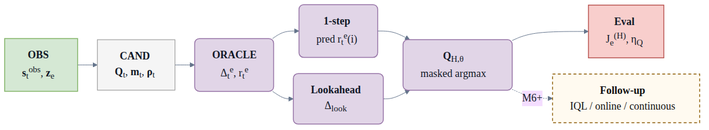
JanDuchscherer104/ARIA-NBV keeps this Mermaid diagram as docs/typst/thesis/figures/proposal_system_flow.png. Above is the earlier version. Its source is kept beside it as docs/typst/thesis/figures/proposal_system_flow.mmd.
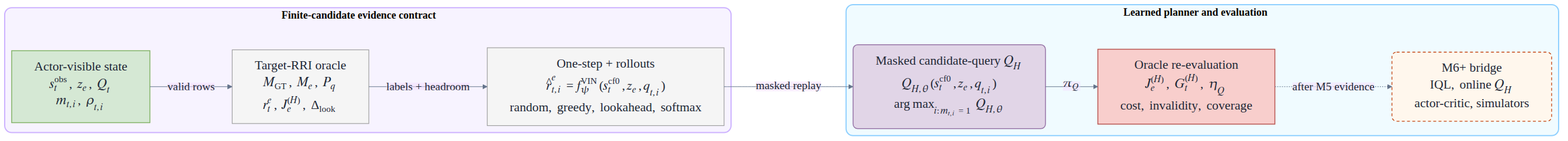
Above is the later version.

The edit, as a diff of the source:
```diff
@@ -1,21 +1,56 @@
-%%{init: {"theme": "base", "flowchart": {"htmlLabels": true, "nodeSpacing": 28, "rankSpacing": 34, "curve": "basis"}, "themeVariables": {"background": "#ffffff", "fontFamily": "Inter, DejaVu Sans, Arial, sans-serif", "fontSize": "18px", "primaryTextColor": "#111827", "lineColor": "#64748b"}}}%%
+---
+config:
+  theme: base
+  htmlLabels: true
+  flowchart:
+    htmlLabels: true
+    nodeSpacing: 20
+    rankSpacing: 32
+    curve: basis
+  layout: elk
+  themeVariables:
+    background: "#ffffff"
+    fontFamily: "Inter, DejaVu Sans, Arial, sans-serif"
+    fontSize: "18px"
+    primaryTextColor: "#1f2937"
+    lineColor: "#64748b"
+  themeCSS: |
+    .nodeLabel { font-size: 18px; }
+    .edgeLabel { font-size: 16px; }
+    .cluster-label { font-size: 18px; font-weight: 700; }
+---
 flowchart LR
-  A["<b>OBS</b><br/><b>s</b><sub>t</sub><sup>obs</sup>, <b>z</b><sub>e</sub>"] --> B["<b>CAND</b><br/><b>Q</b><sub>t</sub>, <b>m</b><sub>t</sub>, <b>&rho;</b><sub>t</sub>"]
-  B --> C["<b>ORACLE</b><br/>&Delta;<sub>t</sub><sup>e</sup>, r<sub>t</sub><sup>e</sup>"]
-  C --> D["<b>1-step</b><br/>pred r<sub>t</sub><sup>e</sup>(i)"]
-  C --> E["<b>Lookahead</b><br/>&Delta;<sub>look</sub>"]
-  D --> F["<b>Q</b><sub>H,&theta;</sub><br/>masked argmax"]
-  E --> F
-  F --> G["<b>Eval</b><br/>J<sub>e</sub><sup>(H)</sup>, &eta;<sub>Q</sub>"]
-  F -. "M6+" .-> H["<b>Follow-up</b><br/>IQL / online / continuous"]
+  subgraph EvidenceTop["Finite-candidate evidence contract"]
+    direction LR
+    Input["$$\begin{array}{c}\textbf{Actor-visible state}\\\\ \boldsymbol{s}_{t}^{\mathrm{obs}},\ \mathbf{z}_{e},\ Q_t\\\\ m_{t,i},\ \rho_{t,i}\end{array}$$"]
+    Oracle["$$\begin{array}{c}\textbf{Target-RRI oracle}\\\\ M_{\mathrm{GT}},\ M_e,\ \boldsymbol{\mathcal{P}}_{q}\\\\ r_t^e,\ J_e^{(H)},\ \Delta_{\mathrm{look}}\end{array}$$"]
+    Replay["$$\begin{array}{c}\textbf{One-step + rollouts}\\\\ \hat r_{t,i}^{e}=f_{\psi}^{\mathrm{VIN}}(\boldsymbol{s}_{t}^{\mathrm{cf0}},\mathbf{z}_{e},q_{t,i})\\\\ \texttt{random},\ \texttt{greedy},\ \texttt{lookahead},\ \texttt{softmax}\end{array}$$"]
+  end
+
+  subgraph EvidenceBottom["Learned planner and evaluation"]
+    direction LR
+    QH["$$\begin{array}{c}\textbf{Masked candidate-query }Q_H\\\\ Q_{H,\theta}(\boldsymbol{s}_{t}^{\mathrm{cf0}},\mathbf{z}_{e},q_{t,i})\\\\ \operatorname*{arg\,max}_{i:m_{t,i}=1}\ Q_{H,\theta}\end{array}$$"]
+    Eval["$$\begin{array}{c}\textbf{Oracle re-evaluation}\\\\ J_e^{(H)},\ G_t^{(H)},\ \eta_Q\\\\ \mathrm{cost},\ \mathrm{invalidity},\ \mathrm{coverage}\end{array}$$"]
+    Bridge["$$\begin{array}{c}\textbf{M6+ bridge}\\\\ \texttt{IQL},\ \texttt{online }Q_H\\\\ \texttt{actor-critic},\ \texttt{simulators}\end{array}$$"]
+  end
+
+  Input -->|"$$\texttt{valid rows}$$"| Oracle
+  Oracle -->|"$$\texttt{labels + headroom}$$"| Replay
+  Replay -->|"$$\texttt{masked replay}$$"| QH
+  QH -->|"$$\pi_Q$$"| Eval
+  Eval -. "$$\texttt{after M5 evidence}$$" .-> Bridge
 
   classDef input fill:#D5E8D4,stroke:#82B366,stroke-width:1.5px,rx:0,ry:0;
   classDef output fill:#F8CECC,stroke:#B85450,stroke-width:1.5px,rx:0,ry:0;
   classDef compute fill:#E1D5E7,stroke:#9673A6,stroke-width:1.5px,rx:8,ry:8;
   classDef data fill:#F5F5F5,stroke:#9E9E9E,stroke-width:1.2px,rx:0,ry:0;
-  classDef bridge fill:#fffaf0,stroke:#8a5a00,stroke-width:1.4px,stroke-dasharray:5 4,color:#111;
-  class A input;
-  class B data;
-  class C,D,E,F compute;
-  class G output;
-  class H bridge;
+  classDef bridge fill:#fff7ed,stroke:#c2410c,stroke-width:1.3px,stroke-dasharray:5 4,rx:8,ry:8;
+
+  class Input input;
+  class Oracle,Replay data;
+  class QH compute;
+  class Eval output;
+  class Bridge bridge;
+
+  style EvidenceTop fill:#f7f3ff,stroke:#cdb2ff,stroke-width:2px,rx:12,ry:12
+  style EvidenceBottom fill:#f0fbff,stroke:#8fd0ff,stroke-width:2px,rx:12,ry:12
```
